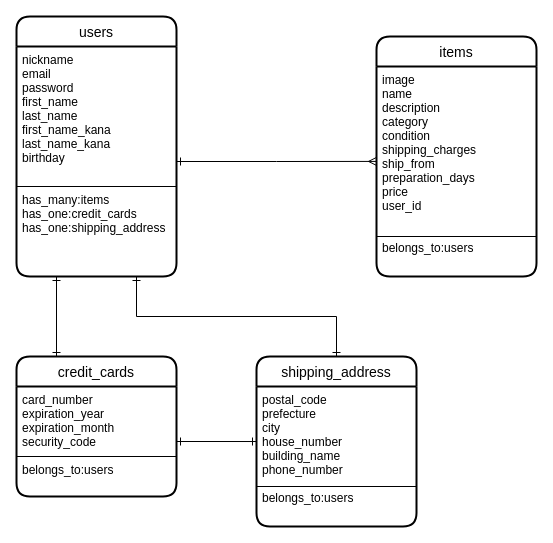
This is furima.dio from ryo1997/furima-29800, a draw.io file, before an edit. Source tidied: cells renumbered, new cells numbered last; positions are measured from the earlier drawing's top-left corner, leaving out a move shared by most shapes. Both pictures are drawn from the tidied source at 100%, with x=0, y=0 at pixel (16, 16).
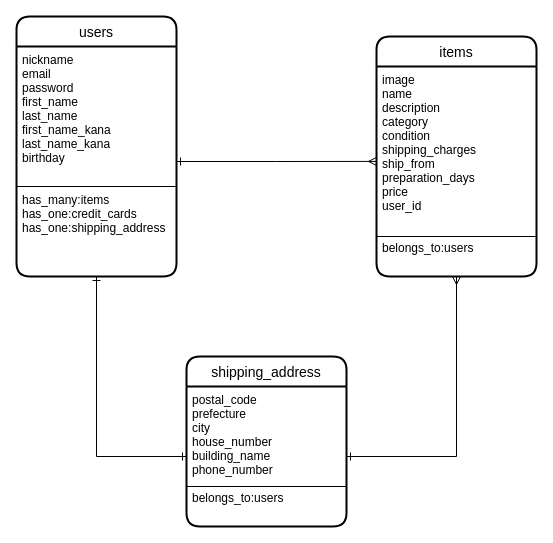
After the change.

Commit message:
カードテーブル削除に伴い記述消去(2)

The change refers to these unchanged cells:
```xml
<mxCell id="3" value="image&#10;name &#10;description&#10;category&#10;condition&#10;shipping_charges&#10;ship_from&#10;preparation_days&#10;price&#10;user_id&#10;&#10;&#10;belongs_to:users" style="align=left;strokeColor=none;fillColor=none;spacingLeft=4;fontSize=12;verticalAlign=top;" parent="2" vertex="1">
  <mxGeometry y="30" width="160" height="210" as="geometry" />
</mxCell>
<mxCell id="15" value="nickname&#10;email&#10;password&#10;first_name&#10;last_name&#10;first_name_kana&#10;last_name_kana&#10;birthday&#10;&#10;&#10;has_many:items&#10;has_one:credit_cards&#10;has_one:shipping_address&#10;" style="align=left;strokeColor=none;fillColor=none;spacingLeft=4;fontSize=12;verticalAlign=top;" parent="14" vertex="1">
  <mxGeometry y="30" width="160" height="230" as="geometry" />
</mxCell>
```

Diff of the diagram source:
```diff
@@
-    <mxCell id="5" value="credit_cards" style="swimlane;horizontal=1;startSize=30;rounded=1;fontSize=14;fontStyle=0;strokeWidth=2;shadow=0;dashed=0;align=center;" parent="1" vertex="1">
-      <mxGeometry y="340" width="160" height="140" as="geometry" />
-    </mxCell>
-    <mxCell id="6" value="card_number&#10;expiration_year&#10;expiration_month&#10;security_code&#10;&#10;belongs_to:users&#10;" style="align=left;strokeColor=none;fillColor=none;spacingLeft=4;fontSize=12;verticalAlign=top;" parent="5" vertex="1">
-      <mxGeometry y="30" width="160" height="110" as="geometry" />
-    </mxCell>
-    <mxCell id="7" style="endArrow=none;html=1;rounded=0;" parent="5" edge="1">
-      <mxGeometry relative="1" as="geometry">
-        <mxPoint y="100" as="sourcePoint" />
-        <mxPoint x="160" y="100" as="targetPoint" />
-      </mxGeometry>
-    </mxCell>
-    <mxCell id="8" style="edgeStyle=orthogonalEdgeStyle;rounded=0;jettySize=auto;html=1;exitX=0.75;exitY=1;exitDx=0;exitDy=0;startArrow=ERone;startFill=0;endArrow=ERone;endFill=0;" parent="1" edge="1" source="15" target="10">
-      <mxGeometry relative="1" as="geometry" />
-    </mxCell>
-    <mxCell id="9" style="edgeStyle=orthogonalEdgeStyle;rounded=0;jettySize=auto;html=1;exitX=0.25;exitY=1;exitDx=0;exitDy=0;entryX=0.25;entryY=0;entryDx=0;entryDy=0;startArrow=ERone;startFill=0;endArrow=ERone;endFill=0;" parent="1" edge="1" source="15" target="5">
-      <mxGeometry relative="1" as="geometry" />
-    </mxCell>
-    <mxCell id="10" value="shipping_address" style="swimlane;horizontal=1;startSize=30;rounded=1;fontSize=14;fontStyle=0;strokeWidth=2;shadow=0;dashed=0;align=center;" parent="1" vertex="1">
-      <mxGeometry x="240" y="340" width="160" height="170" as="geometry" />
-    </mxCell>
-    <mxCell id="11" value="postal_code&#10;prefecture&#10;city&#10;house_number&#10;building_name&#10;phone_number&#10;&#10;belongs_to:users" style="align=left;strokeColor=none;fillColor=none;spacingLeft=4;fontSize=12;verticalAlign=top;" parent="10" vertex="1">
-      <mxGeometry y="30" width="160" height="140" as="geometry" />
-    </mxCell>
-    <mxCell id="12" style="endArrow=none;html=1;rounded=0;" parent="10" edge="1">
-      <mxGeometry relative="1" as="geometry">
-        <mxPoint y="130" as="sourcePoint" />
-        <mxPoint x="160" y="130" as="targetPoint" />
-      </mxGeometry>
-    </mxCell>
-    <mxCell id="13" style="edgeStyle=orthogonalEdgeStyle;rounded=0;jettySize=auto;html=1;exitX=1;exitY=0.5;exitDx=0;exitDy=0;entryX=0;entryY=0.393;entryDx=0;entryDy=0;entryPerimeter=0;startArrow=ERone;startFill=0;endArrow=ERone;endFill=0;" parent="1" edge="1" source="6" target="11">
-      <mxGeometry relative="1" as="geometry" />
-    </mxCell>
@@
+    <mxCell id="10" value="shipping_address" style="swimlane;horizontal=1;startSize=30;rounded=1;fontSize=14;fontStyle=0;strokeWidth=2;shadow=0;dashed=0;align=center;" parent="1" vertex="1">
+      <mxGeometry x="170" y="340" width="160" height="170" as="geometry" />
+    </mxCell>
+    <mxCell id="11" value="postal_code&#10;prefecture&#10;city&#10;house_number&#10;building_name&#10;phone_number&#10;&#10;belongs_to:users" style="align=left;strokeColor=none;fillColor=none;spacingLeft=4;fontSize=12;verticalAlign=top;" parent="10" vertex="1">
+      <mxGeometry y="30" width="160" height="140" as="geometry" />
+    </mxCell>
+    <mxCell id="12" style="endArrow=none;html=1;rounded=0;" parent="10" edge="1">
+      <mxGeometry relative="1" as="geometry">
+        <mxPoint y="130" as="sourcePoint" />
+        <mxPoint x="160" y="130" as="targetPoint" />
+      </mxGeometry>
+    </mxCell>
+    <mxCell id="19" style="edgeStyle=orthogonalEdgeStyle;rounded=0;jettySize=auto;html=1;exitX=0.5;exitY=1;exitDx=0;exitDy=0;entryX=0;entryY=0.5;entryDx=0;entryDy=0;startArrow=ERone;startFill=0;endArrow=ERone;endFill=0;" parent="1" edge="1" source="15" target="11">
+      <mxGeometry relative="1" as="geometry" />
+    </mxCell>
+    <mxCell id="20" style="edgeStyle=orthogonalEdgeStyle;rounded=0;jettySize=auto;html=1;exitX=1;exitY=0.5;exitDx=0;exitDy=0;entryX=0.5;entryY=1;entryDx=0;entryDy=0;startArrow=ERone;startFill=0;endArrow=ERmany;endFill=0;" parent="1" edge="1" source="11" target="3">
+      <mxGeometry relative="1" as="geometry" />
+    </mxCell>
```
